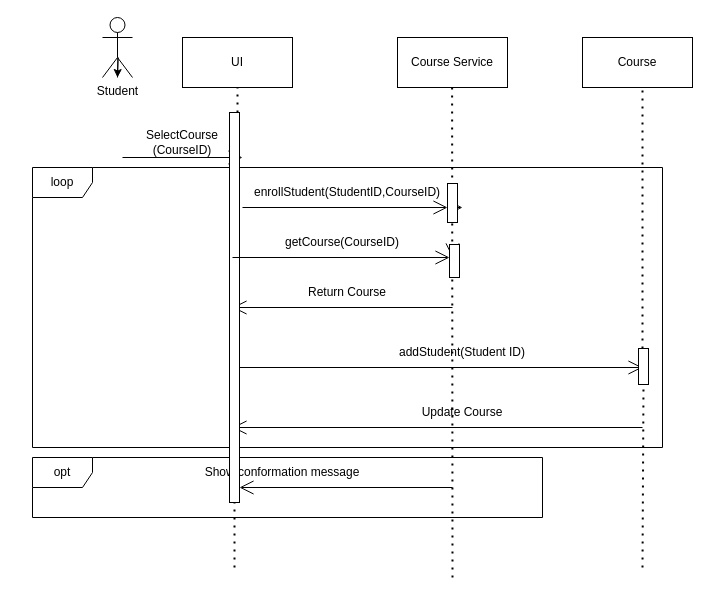
Earlier version of the draw.io diagram SeqDigram.drawio (John19-u/lab6). Source tidied: cells renumbered, new cells numbered last; positions are measured from the earlier drawing's top-left corner, leaving out a move shared by most shapes. Both pictures are drawn from the tidied source at 100%, with x=0, y=0 at pixel (32, 17).
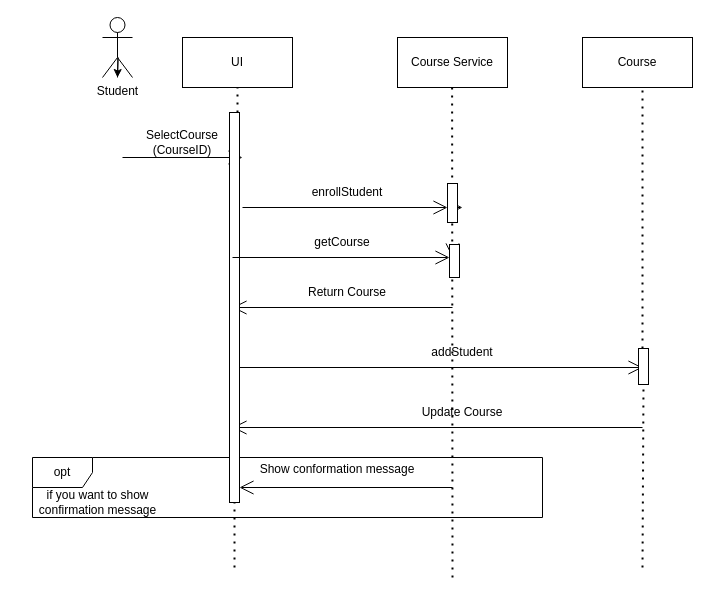
The same diagram, later.

Diff of the diagram source:
```diff
@@
-    <mxCell id="18" value="enrollStudent(StudentID,CourseID)" style="text;html=1;whiteSpace=wrap;strokeColor=none;fillColor=none;align=center;verticalAlign=middle;rounded=0;" parent="1" vertex="1">
+    <mxCell id="18" value="enrollStudent" style="text;html=1;whiteSpace=wrap;strokeColor=none;fillColor=none;align=center;verticalAlign=middle;rounded=0;" parent="1" vertex="1">
       <mxGeometry x="250" y="160" width="130" height="30" as="geometry" />
     </mxCell>
-    <mxCell id="19" value="getCourse(CourseID)" style="text;html=1;whiteSpace=wrap;strokeColor=none;fillColor=none;align=center;verticalAlign=middle;rounded=0;" parent="1" vertex="1">
+    <mxCell id="19" value="getCourse" style="text;html=1;whiteSpace=wrap;strokeColor=none;fillColor=none;align=center;verticalAlign=middle;rounded=0;" parent="1" vertex="1">
       <mxGeometry x="270" y="210" width="80" height="30" as="geometry" />
     </mxCell>
@@
-    <mxCell id="21" value="addStudent(Student ID)" style="text;html=1;whiteSpace=wrap;strokeColor=none;fillColor=none;align=center;verticalAlign=middle;rounded=0;" parent="1" vertex="1">
+    <mxCell id="21" value="addStudent" style="text;html=1;whiteSpace=wrap;strokeColor=none;fillColor=none;align=center;verticalAlign=middle;rounded=0;" parent="1" vertex="1">
       <mxGeometry x="290" y="320" width="280" height="30" as="geometry" />
     </mxCell>
@@
     <mxCell id="23" value="Show conformation message" style="text;html=1;whiteSpace=wrap;strokeColor=none;fillColor=none;align=center;verticalAlign=middle;rounded=0;" parent="1" vertex="1">
-      <mxGeometry x="130" y="440" width="240" height="30" as="geometry" />
+      <mxGeometry x="185" y="437" width="240" height="30" as="geometry" />
     </mxCell>
-    <mxCell id="24" value="loop" style="shape=umlFrame;whiteSpace=wrap;html=1;" parent="1" vertex="1">
-      <mxGeometry y="150" width="630" height="280" as="geometry" />
-    </mxCell>
@@
+    <mxCell id="34" value="if you want to show confirmation message" style="text;html=1;whiteSpace=wrap;strokeColor=none;fillColor=none;align=center;verticalAlign=middle;rounded=0;" parent="1" vertex="1">
+      <mxGeometry x="-15" y="470" width="161" height="30" as="geometry" />
+    </mxCell>
```
